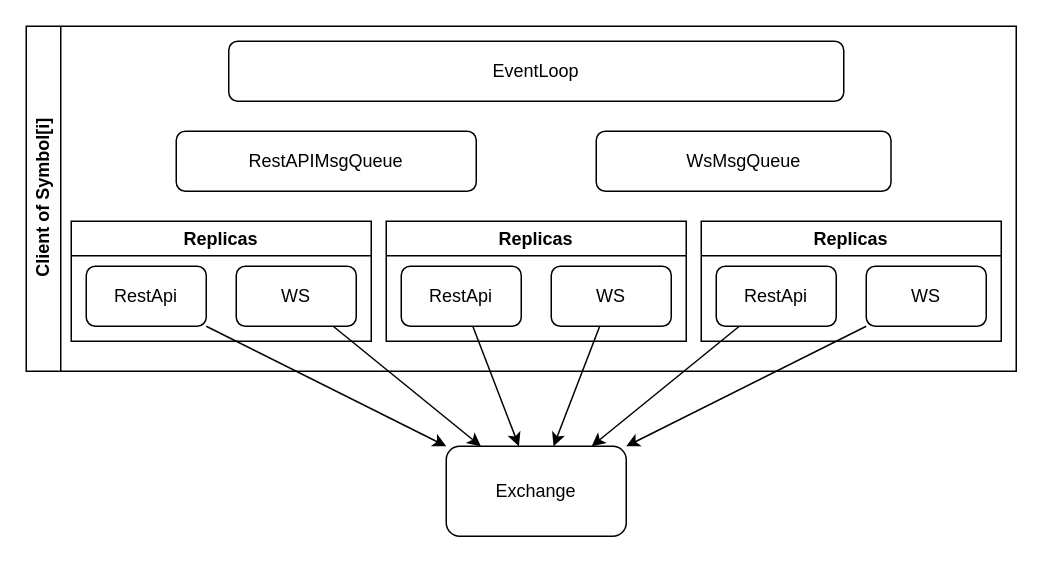
Before: docs/framework.drawio in xhn2333/time-research-coding, a draw.io diagram. Source tidied: cells renumbered, new cells numbered last; positions are measured from the earlier drawing's top-left corner, leaving out a move shared by most shapes. Both pictures are drawn from the tidied source at 150%, with x=0, y=0 at pixel (26, 26).
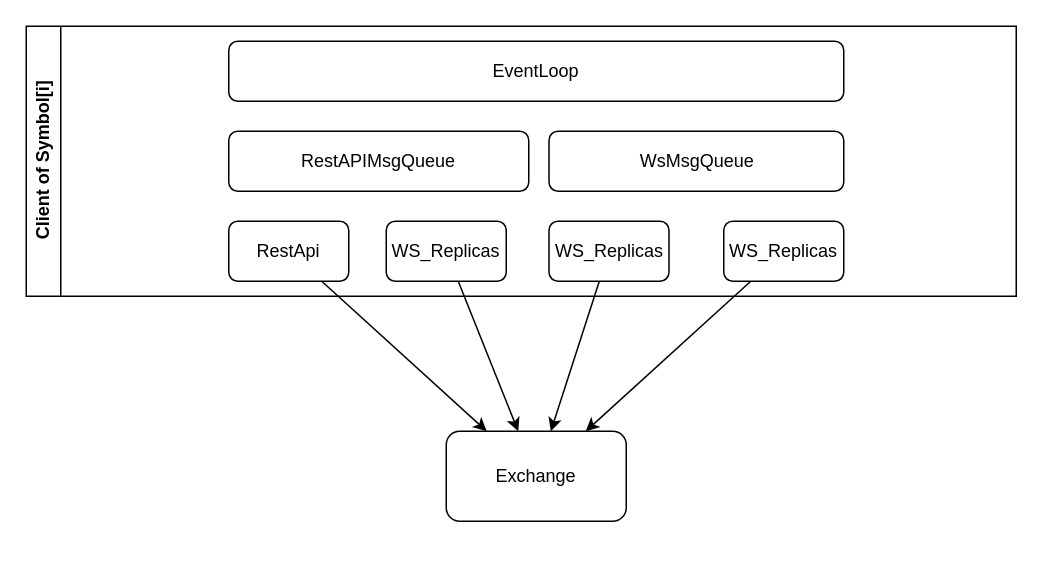
The same diagram, later.

The edit, as a diff of the source:
```diff
@@
     <mxCell id="2" value="Exchange" style="rounded=1;whiteSpace=wrap;html=1;" parent="1" vertex="1">
-      <mxGeometry x="280" y="280" width="120" height="60" as="geometry" />
+      <mxGeometry x="280" y="270" width="120" height="60" as="geometry" />
     </mxCell>
     <mxCell id="3" value="Client of Symbol[i]" style="swimlane;horizontal=0;whiteSpace=wrap;html=1;" parent="1" vertex="1">
-      <mxGeometry width="660" height="230" as="geometry" />
+      <mxGeometry width="660" height="180" as="geometry" />
     </mxCell>
     <mxCell id="4" value="RestAPIMsgQueue" style="rounded=1;whiteSpace=wrap;html=1;" parent="3" vertex="1">
-      <mxGeometry x="100" y="70" width="200" height="40" as="geometry" />
+      <mxGeometry x="135" y="70" width="200" height="40" as="geometry" />
     </mxCell>
     <mxCell id="5" value="WsMsgQueue" style="rounded=1;whiteSpace=wrap;html=1;" parent="3" vertex="1">
-      <mxGeometry x="380" y="70" width="196.5" height="40" as="geometry" />
+      <mxGeometry x="348.5" y="70" width="196.5" height="40" as="geometry" />
     </mxCell>
@@
-    <mxCell id="7" value="Replicas" style="swimlane;whiteSpace=wrap;html=1;" parent="3" vertex="1">
-      <mxGeometry x="30" y="130" width="200" height="80" as="geometry" />
-    </mxCell>
-    <mxCell id="8" value="RestApi" style="rounded=1;whiteSpace=wrap;html=1;" parent="7" vertex="1">
-      <mxGeometry x="10" y="30" width="80" height="40" as="geometry" />
-    </mxCell>
-    <mxCell id="9" value="WS" style="rounded=1;whiteSpace=wrap;html=1;" parent="7" vertex="1">
-      <mxGeometry x="110" y="30" width="80" height="40" as="geometry" />
-    </mxCell>
-    <mxCell id="10" value="Replicas" style="swimlane;whiteSpace=wrap;html=1;" parent="3" vertex="1">
-      <mxGeometry x="240" y="130" width="200" height="80" as="geometry" />
-    </mxCell>
-    <mxCell id="11" value="RestApi" style="rounded=1;whiteSpace=wrap;html=1;" parent="10" vertex="1">
-      <mxGeometry x="10" y="30" width="80" height="40" as="geometry" />
-    </mxCell>
-    <mxCell id="12" value="WS" style="rounded=1;whiteSpace=wrap;html=1;" parent="10" vertex="1">
-      <mxGeometry x="110" y="30" width="80" height="40" as="geometry" />
-    </mxCell>
-    <mxCell id="13" value="Replicas" style="swimlane;whiteSpace=wrap;html=1;" parent="3" vertex="1">
-      <mxGeometry x="450" y="130" width="200" height="80" as="geometry" />
-    </mxCell>
-    <mxCell id="14" value="RestApi" style="rounded=1;whiteSpace=wrap;html=1;" parent="13" vertex="1">
-      <mxGeometry x="10" y="30" width="80" height="40" as="geometry" />
-    </mxCell>
-    <mxCell id="15" value="WS" style="rounded=1;whiteSpace=wrap;html=1;" parent="13" vertex="1">
-      <mxGeometry x="110" y="30" width="80" height="40" as="geometry" />
-    </mxCell>
-    <mxCell id="16" style="edgeStyle=none;html=1;" parent="1" edge="1" source="8" target="2">
-      <mxGeometry relative="1" as="geometry" />
-    </mxCell>
-    <mxCell id="17" style="edgeStyle=none;html=1;" parent="1" edge="1" source="9" target="2">
-      <mxGeometry relative="1" as="geometry" />
-    </mxCell>
-    <mxCell id="18" style="edgeStyle=none;html=1;" parent="1" edge="1" source="11" target="2">
-      <mxGeometry relative="1" as="geometry" />
-    </mxCell>
-    <mxCell id="19" style="edgeStyle=none;html=1;" parent="1" edge="1" source="12" target="2">
-      <mxGeometry relative="1" as="geometry" />
-    </mxCell>
-    <mxCell id="20" style="edgeStyle=none;html=1;" parent="1" edge="1" source="14" target="2">
-      <mxGeometry relative="1" as="geometry" />
-    </mxCell>
-    <mxCell id="21" style="edgeStyle=none;html=1;" parent="1" edge="1" source="15" target="2">
-      <mxGeometry relative="1" as="geometry" />
-    </mxCell>
+    <mxCell id="22" value="RestApi" style="rounded=1;whiteSpace=wrap;html=1;" parent="3" vertex="1">
+      <mxGeometry x="135" y="130" width="80" height="40" as="geometry" />
+    </mxCell>
+    <mxCell id="23" value="WS_Replicas" style="rounded=1;whiteSpace=wrap;html=1;" parent="3" vertex="1">
+      <mxGeometry x="240" y="130" width="80" height="40" as="geometry" />
+    </mxCell>
+    <mxCell id="24" value="WS_Replicas" style="rounded=1;whiteSpace=wrap;html=1;" parent="3" vertex="1">
+      <mxGeometry x="348.5" y="130" width="80" height="40" as="geometry" />
+    </mxCell>
+    <mxCell id="25" value="WS_Replicas" style="rounded=1;whiteSpace=wrap;html=1;" parent="3" vertex="1">
+      <mxGeometry x="465" y="130" width="80" height="40" as="geometry" />
+    </mxCell>
+    <mxCell id="26" style="edgeStyle=none;html=1;" parent="1" edge="1" source="22" target="2">
+      <mxGeometry relative="1" as="geometry" />
+    </mxCell>
+    <mxCell id="27" style="edgeStyle=none;html=1;" parent="1" edge="1" source="23" target="2">
+      <mxGeometry relative="1" as="geometry" />
+    </mxCell>
+    <mxCell id="28" style="edgeStyle=none;html=1;" parent="1" edge="1" source="24" target="2">
+      <mxGeometry relative="1" as="geometry" />
+    </mxCell>
+    <mxCell id="29" style="edgeStyle=none;html=1;" parent="1" edge="1" source="25" target="2">
+      <mxGeometry relative="1" as="geometry" />
+    </mxCell>
```
